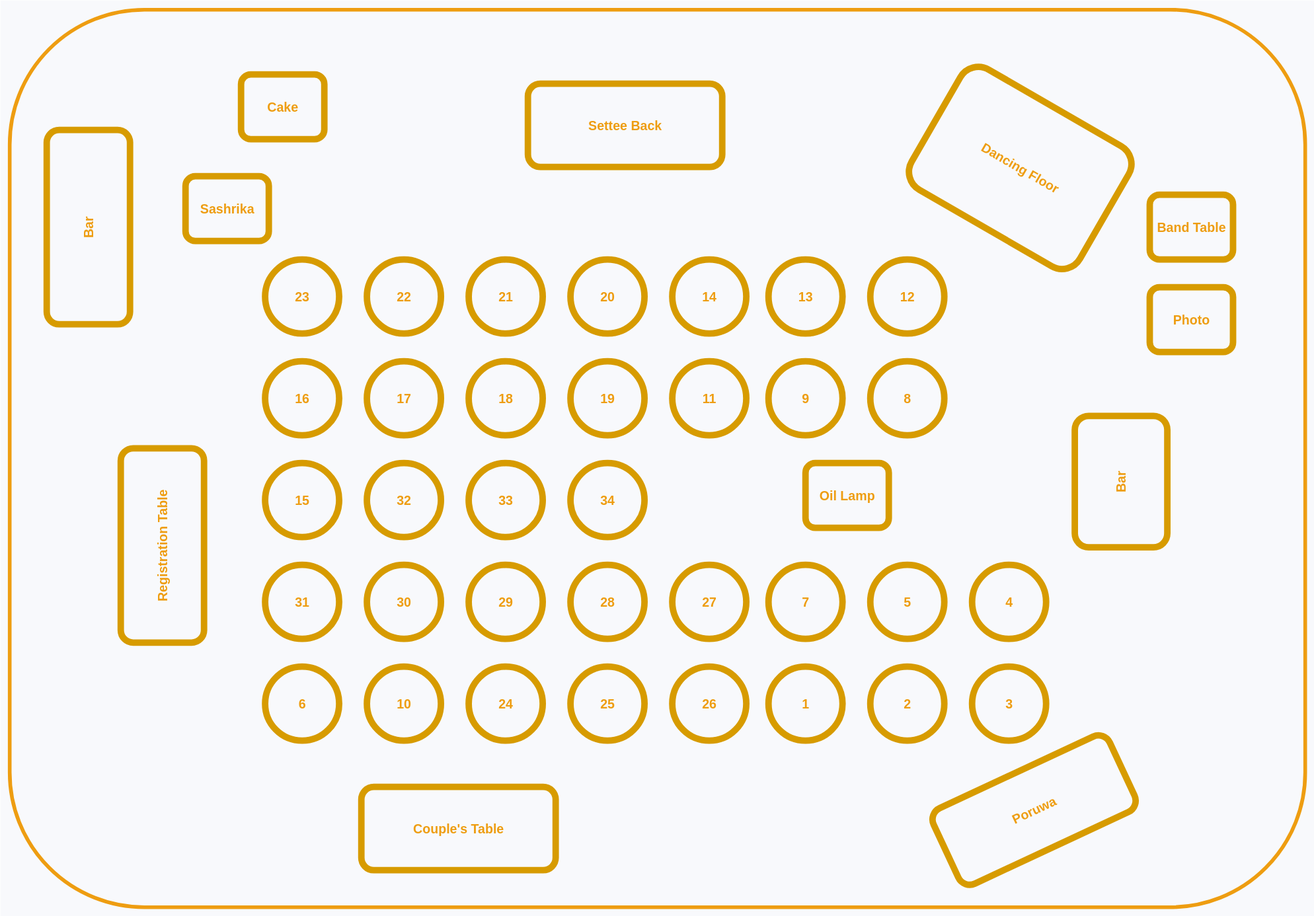
The draw.io diagram lisitha_wedding.svg in UvinduW/uvinduw.github.io, before a commit. Source tidied: cells renumbered, new cells last; positions are measured from the earlier drawing's top-left corner, leaving out a move shared by most shapes.
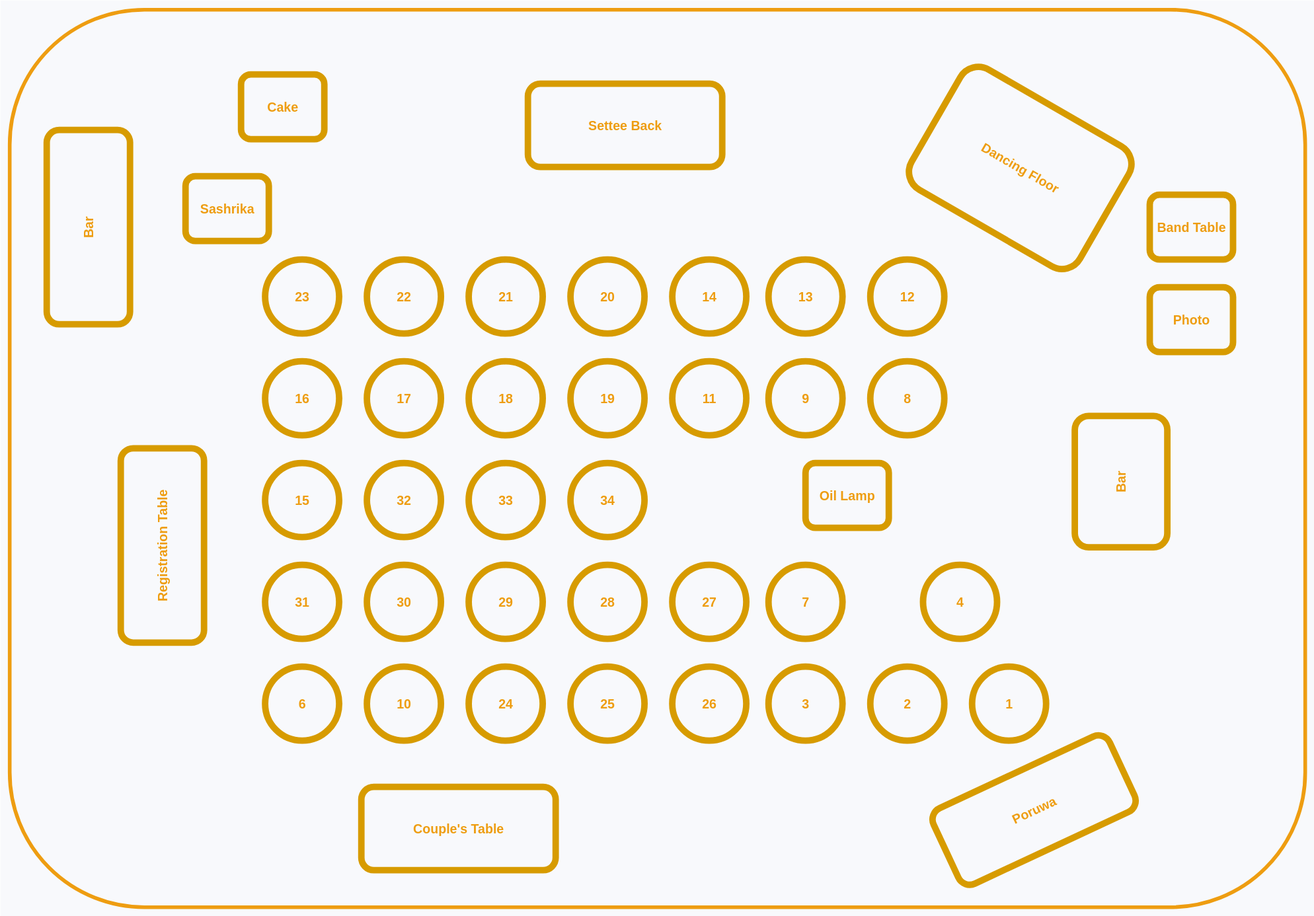
After the change.

Change to the diagram source:
```diff
@@ -119,20 +119,20 @@
     <mxCell id="40" value="7" style="ellipse;whiteSpace=wrap;html=1;fillColor=none;strokeColor=#d79b00;strokeWidth=7;fontColor=#EE9D11;fontSize=14;fontStyle=1;" parent="1" vertex="1">
       <mxGeometry x="840" y="610" width="80" height="80" as="geometry" />
     </mxCell>
-    <mxCell id="41" value="5" style="ellipse;whiteSpace=wrap;html=1;fillColor=none;strokeColor=#d79b00;strokeWidth=7;fontColor=#EE9D11;fontSize=14;fontStyle=1;" parent="1" vertex="1">
-      <mxGeometry x="950" y="610" width="80" height="80" as="geometry" />
+    <mxCell id="41" value="5" style="ellipse;whiteSpace=wrap;html=1;fillColor=none;strokeColor=none;strokeWidth=7;fontColor=none;fontSize=14;fontStyle=1;noLabel=1;" parent="1" vertex="1">
+      <mxGeometry x="840" y="840" width="80" height="80" as="geometry" />
     </mxCell>
     <mxCell id="42" value="1" style="ellipse;whiteSpace=wrap;html=1;fillColor=none;strokeColor=#d79b00;strokeWidth=7;fontColor=#EE9D11;fontSize=14;fontStyle=1;" parent="1" vertex="1">
-      <mxGeometry x="840" y="720" width="80" height="80" as="geometry" />
+      <mxGeometry x="1060" y="720" width="80" height="80" as="geometry" />
     </mxCell>
     <mxCell id="43" value="2" style="ellipse;whiteSpace=wrap;html=1;fillColor=none;strokeColor=#d79b00;strokeWidth=7;fontColor=#EE9D11;fontSize=14;fontStyle=1;" parent="1" vertex="1">
       <mxGeometry x="950" y="720" width="80" height="80" as="geometry" />
     </mxCell>
     <mxCell id="44" value="4" style="ellipse;whiteSpace=wrap;html=1;fillColor=none;strokeColor=#d79b00;strokeWidth=7;fontColor=#EE9D11;fontSize=14;fontStyle=1;" parent="1" vertex="1">
-      <mxGeometry x="1060" y="610" width="80" height="80" as="geometry" />
+      <mxGeometry x="1007" y="610" width="80" height="80" as="geometry" />
     </mxCell>
     <mxCell id="45" value="3" style="ellipse;whiteSpace=wrap;html=1;fillColor=none;strokeColor=#d79b00;strokeWidth=7;fontColor=#EE9D11;fontSize=14;fontStyle=1;" parent="1" vertex="1">
-      <mxGeometry x="1060" y="720" width="80" height="80" as="geometry" />
+      <mxGeometry x="840" y="720" width="80" height="80" as="geometry" />
     </mxCell>
     <mxCell id="46" value="13" style="ellipse;whiteSpace=wrap;html=1;fillColor=none;strokeColor=#d79b00;strokeWidth=7;fontColor=#EE9D11;fontSize=14;fontStyle=1;" parent="1" vertex="1">
       <mxGeometry x="840" y="280" width="80" height="80" as="geometry" />
```
